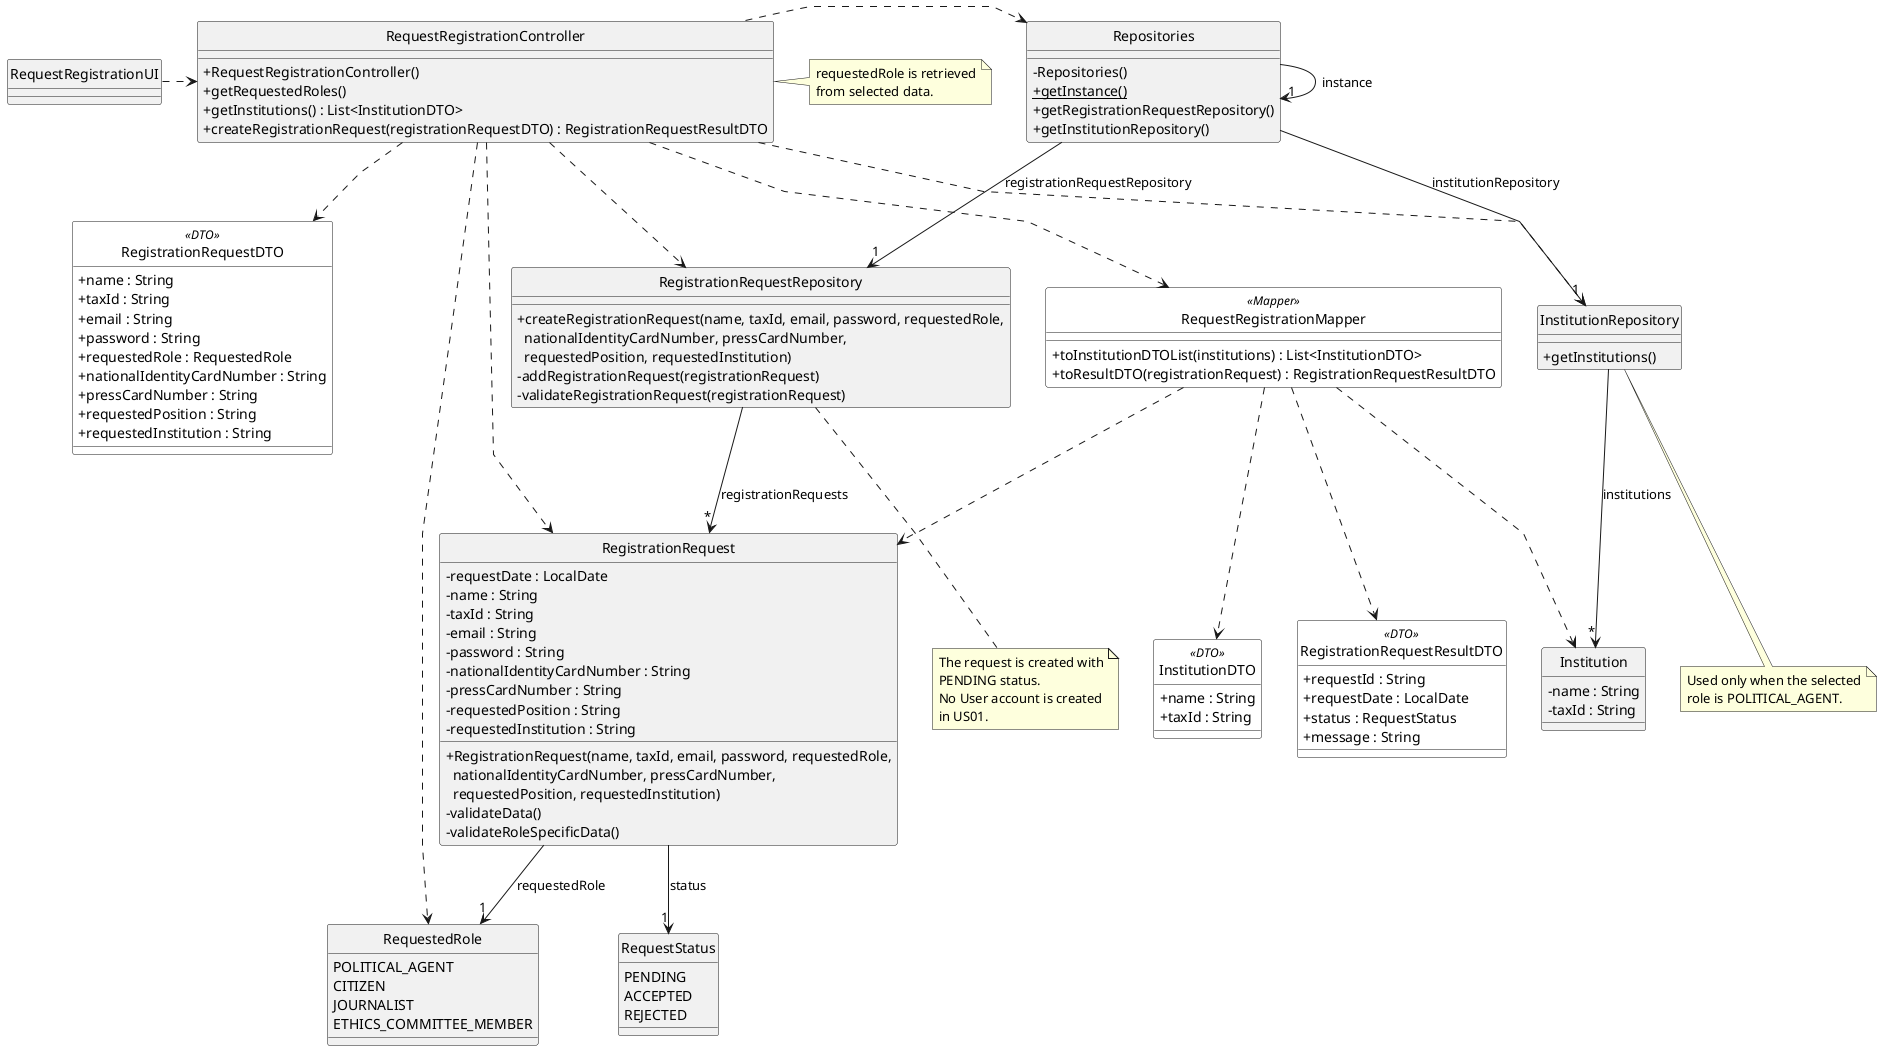
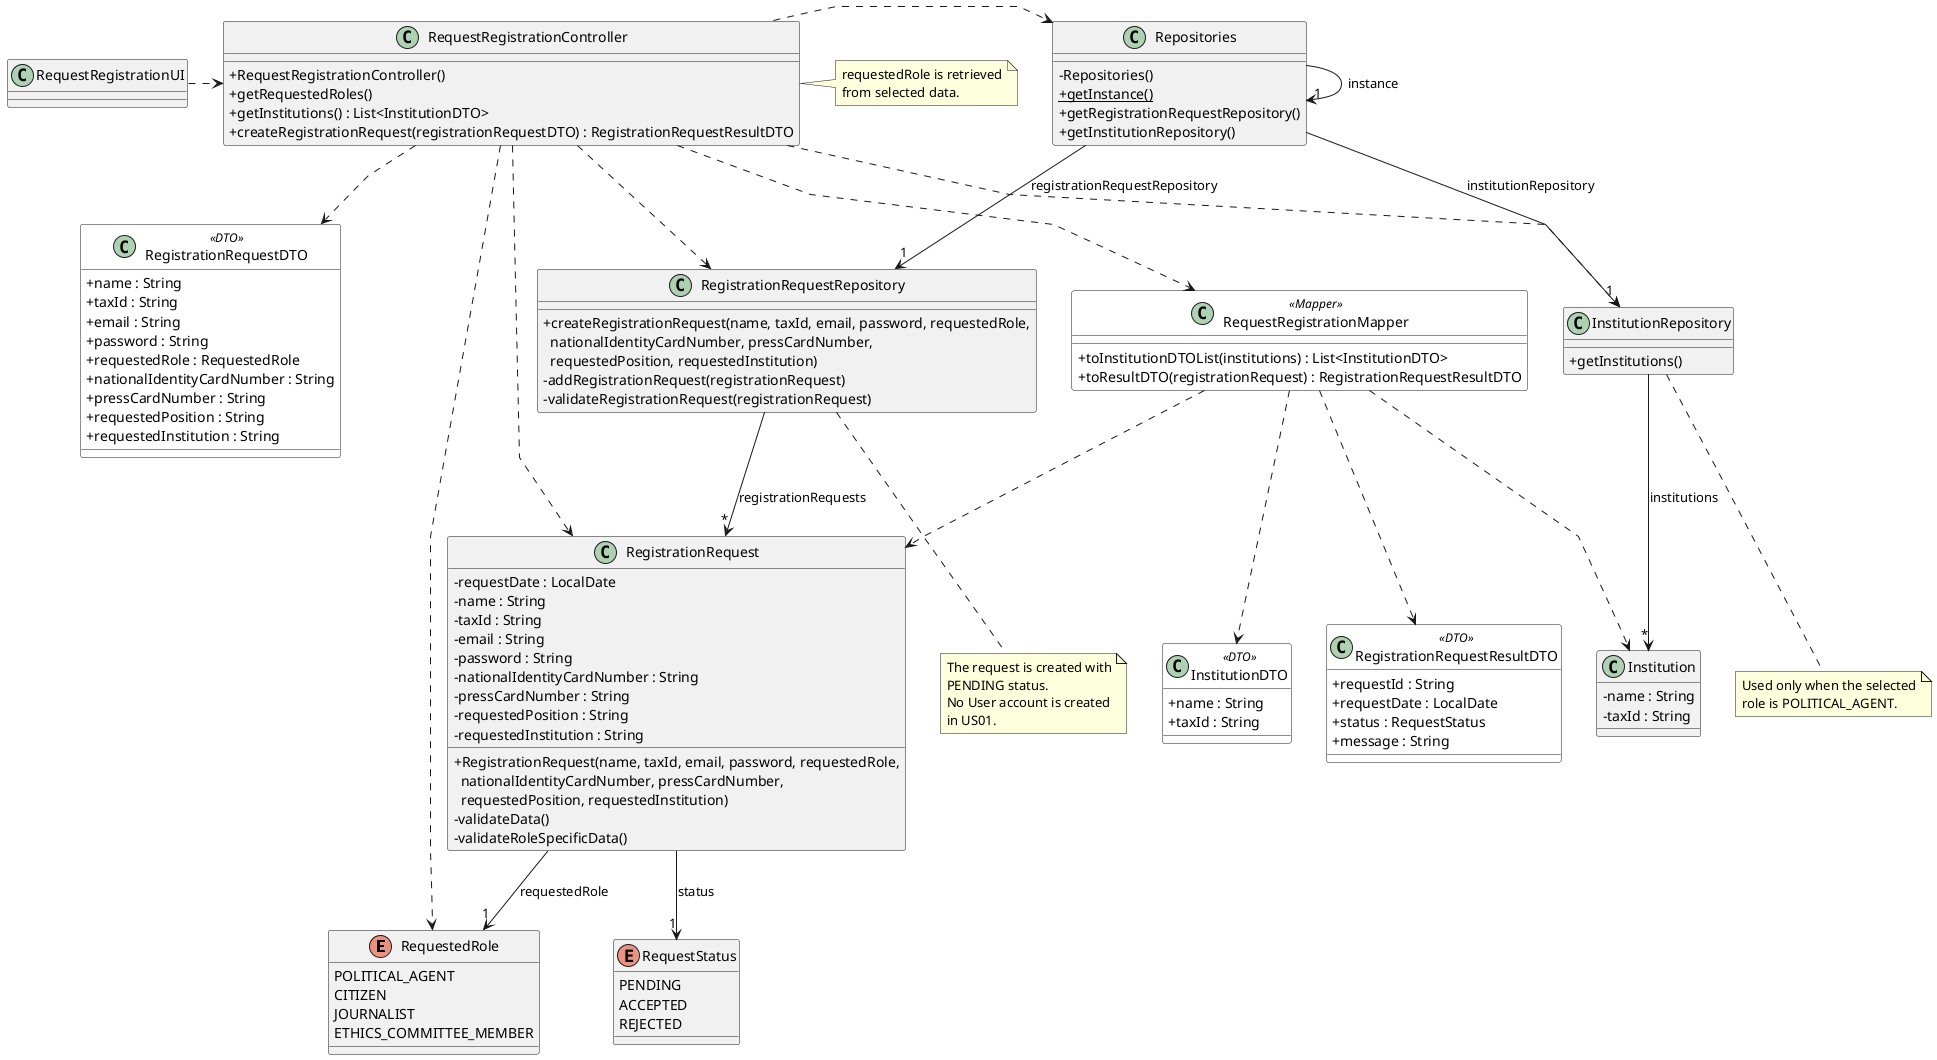
@startuml
'skinparam monochrome true
skinparam packageStyle rectangle
skinparam shadowing false
skinparam linetype polyline
'skinparam linetype orto

skinparam classAttributeIconSize 0
- hide circle

skinparam class {
    BackgroundColor<<DTO>> White
    BackgroundColor<<Mapper>> White
}

enum RequestedRole {
    POLITICAL_AGENT
    CITIZEN
    JOURNALIST
    ETHICS_COMMITTEE_MEMBER
}

enum RequestStatus {
    PENDING
    ACCEPTED
    REJECTED
}

class RegistrationRequest {
    - requestDate : LocalDate
    - name : String
    - taxId : String
    - email : String
    - password : String
    - nationalIdentityCardNumber : String
    - pressCardNumber : String
    - requestedPosition : String
    - requestedInstitution : String

    + RegistrationRequest(name, taxId, email, password, requestedRole,\n  nationalIdentityCardNumber, pressCardNumber,\n  requestedPosition, requestedInstitution)
    - validateData()
    - validateRoleSpecificData()
}

class Institution {
    - name : String
    - taxId : String
}

class RegistrationRequestDTO <<DTO>> {
    + name : String
    + taxId : String
    + email : String
    + password : String
    + requestedRole : RequestedRole
    + nationalIdentityCardNumber : String
    + pressCardNumber : String
    + requestedPosition : String
    + requestedInstitution : String
}

class InstitutionDTO <<DTO>> {
    + name : String
    + taxId : String
}

class RegistrationRequestResultDTO <<DTO>> {
    + requestId : String
    + requestDate : LocalDate
    + status : RequestStatus
    + message : String
}

class RequestRegistrationMapper <<Mapper>> {
    + toInstitutionDTOList(institutions) : List<InstitutionDTO>
    + toResultDTO(registrationRequest) : RegistrationRequestResultDTO
}

class RegistrationRequestRepository {
    + createRegistrationRequest(name, taxId, email, password, requestedRole,\n  nationalIdentityCardNumber, pressCardNumber,\n  requestedPosition, requestedInstitution)
    - addRegistrationRequest(registrationRequest)
    - validateRegistrationRequest(registrationRequest)
}

class InstitutionRepository {
    + getInstitutions()
}

class Repositories {
    - Repositories()
    + {static} getInstance()
    + getRegistrationRequestRepository()
    + getInstitutionRepository()
}

class RequestRegistrationController {
    + RequestRegistrationController()
    + getRequestedRoles()
    + getInstitutions() : List<InstitutionDTO>
    + createRegistrationRequest(registrationRequestDTO) : RegistrationRequestResultDTO
}

note right of RequestRegistrationController
    requestedRole is retrieved
    from selected data.
end note

note bottom of InstitutionRepository
    Used only when the selected
    role is POLITICAL_AGENT.
end note

note bottom of RegistrationRequestRepository
    The request is created with
    PENDING status.
    No User account is created
    in US01.
end note

class RequestRegistrationUI {
}

RequestRegistrationUI .> RequestRegistrationController

RequestRegistrationController .> Repositories
RequestRegistrationController ..> RegistrationRequestRepository
RequestRegistrationController ..> InstitutionRepository
RequestRegistrationController ..> RegistrationRequest
RequestRegistrationController ..> RequestedRole
RequestRegistrationController ..> RegistrationRequestDTO
RequestRegistrationController ..> RequestRegistrationMapper

Repositories -> "1" Repositories : instance
Repositories --> "1" RegistrationRequestRepository : registrationRequestRepository
Repositories --> "1" InstitutionRepository : institutionRepository

RegistrationRequestRepository --> "*" RegistrationRequest : registrationRequests

InstitutionRepository --> "*" Institution : institutions

RequestRegistrationMapper ..> Institution
RequestRegistrationMapper ..> InstitutionDTO
RequestRegistrationMapper ..> RegistrationRequest
RequestRegistrationMapper ..> RegistrationRequestResultDTO

RegistrationRequest --> "1" RequestedRole : requestedRole
RegistrationRequest --> "1" RequestStatus : status

@enduml
